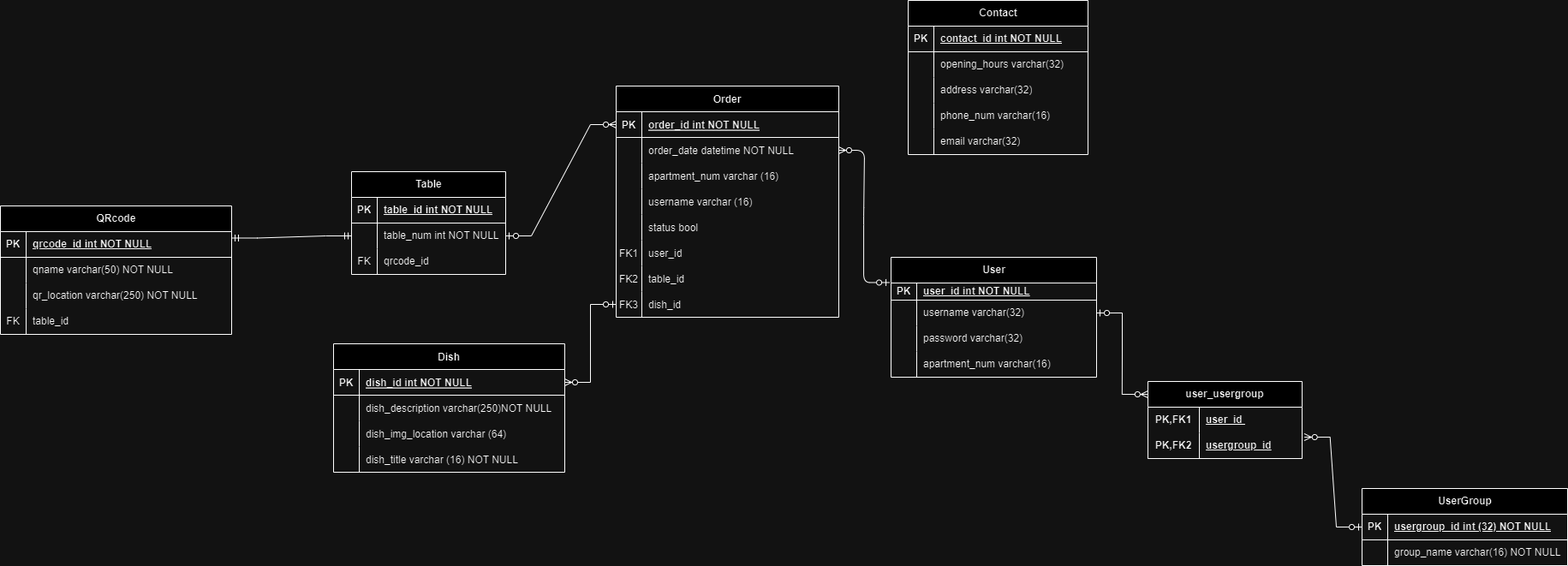
Before: Documents/Lumia_DB.drawio.png, a diagram exported from draw.io (ZYMNZ/SystemDevProject). Source tidied: cells renumbered, new cells last; positions are measured from the earlier drawing's top-left corner, leaving out a move shared by most shapes.
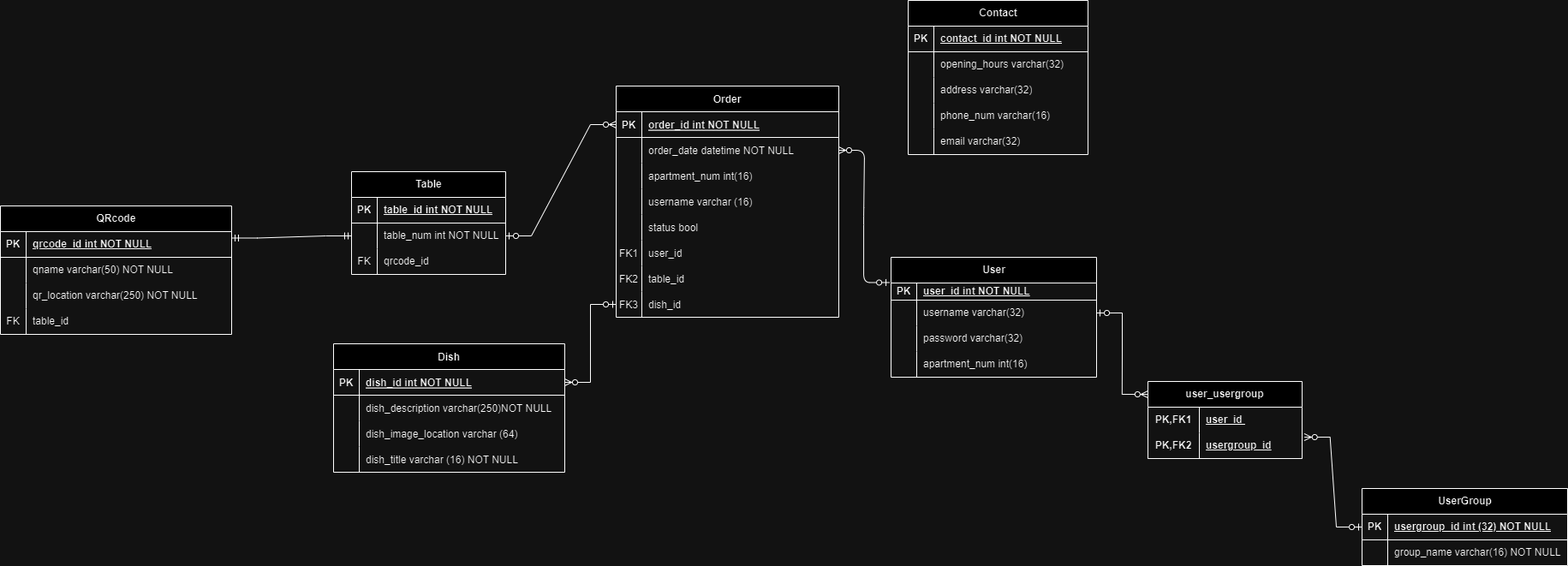
The same diagram one commit later.

The edit, as a diff of the source:
```diff
@@ -62,7 +62,7 @@
     <mxCell id="21" style="shape=partialRectangle;fillColor=none;top=0;left=0;bottom=0;right=0;overflow=hidden;whiteSpace=wrap;html=1;" parent="20" vertex="1">
       <mxGeometry width="30" height="30" as="geometry" />
     </mxCell>
-    <mxCell id="22" value="apartment_num varchar(16)&amp;nbsp;" style="shape=partialRectangle;fillColor=none;top=0;left=0;bottom=0;right=0;align=left;spacingLeft=6;overflow=hidden;whiteSpace=wrap;html=1;" parent="20" vertex="1">
+    <mxCell id="22" value="apartment_num int(16)&amp;nbsp;" style="shape=partialRectangle;fillColor=none;top=0;left=0;bottom=0;right=0;align=left;spacingLeft=6;overflow=hidden;whiteSpace=wrap;html=1;" parent="20" vertex="1">
       <mxGeometry x="30" width="210" height="30" as="geometry" />
     </mxCell>
     <mxCell id="23" value="user_usergroup" style="shape=table;startSize=30;rowLines=0;fontStyle=1;align=center;html=1;whiteSpace=wrap;" parent="1" vertex="1">
@@ -200,7 +200,7 @@
     <mxCell id="67" style="shape=partialRectangle;overflow=hidden;fillColor=none;top=0;left=0;bottom=0;right=0;" parent="66" vertex="1">
       <mxGeometry width="30" height="30" as="geometry" />
     </mxCell>
-    <mxCell id="68" value="apartment_num varchar (16) " style="shape=partialRectangle;overflow=hidden;fillColor=none;top=0;left=0;bottom=0;right=0;align=left;spacingLeft=6;" parent="66" vertex="1">
+    <mxCell id="68" value="apartment_num int(16) " style="shape=partialRectangle;overflow=hidden;fillColor=none;top=0;left=0;bottom=0;right=0;align=left;spacingLeft=6;" parent="66" vertex="1">
       <mxGeometry x="30" width="230" height="30" as="geometry" />
     </mxCell>
     <mxCell id="69" style="shape=partialRectangle;fillColor=none;top=0;left=0;right=0;bottom=0;" parent="59" vertex="1">
@@ -278,7 +278,7 @@
     <mxCell id="93" style="shape=partialRectangle;overflow=hidden;fillColor=none;top=0;left=0;bottom=0;right=0;" parent="92" vertex="1">
       <mxGeometry width="30" height="30" as="geometry" />
     </mxCell>
-    <mxCell id="94" value="dish_img_location varchar (64) " style="shape=partialRectangle;overflow=hidden;fillColor=none;top=0;left=0;bottom=0;right=0;align=left;spacingLeft=6;" parent="92" vertex="1">
+    <mxCell id="94" value="dish_image_location varchar (64) " style="shape=partialRectangle;overflow=hidden;fillColor=none;top=0;left=0;bottom=0;right=0;align=left;spacingLeft=6;" parent="92" vertex="1">
       <mxGeometry x="30" width="240" height="30" as="geometry" />
     </mxCell>
     <mxCell id="95" style="shape=partialRectangle;fillColor=none;top=0;left=0;right=0;bottom=0;" parent="85" vertex="1">
```
